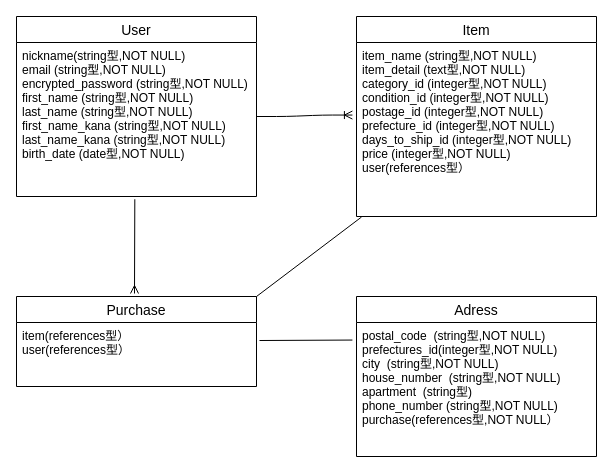
Before: ER図.dio in rina0712mmm/furima-31073, a draw.io diagram. Source tidied: cells renumbered, new cells numbered last; positions are measured from the earlier drawing's top-left corner, leaving out a move shared by most shapes. Both pictures are drawn from the tidied source at 100%, with x=0, y=0 at pixel (16, 16).
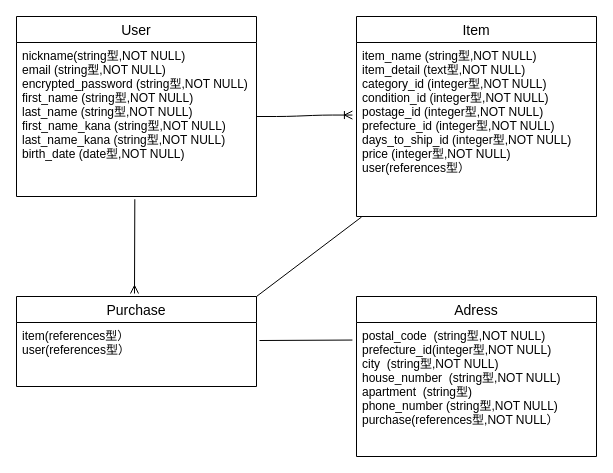
The same diagram, later.

What changed in the source:
```diff
@@
 <mxGraphModel>
   <root>
     <mxCell id="0" />
     <mxCell id="1" parent="0" />
     <mxCell id="2" value="User" style="swimlane;fontStyle=0;horizontal=1;startSize=26;align=center;fontSize=14;" parent="1" vertex="1">
       <mxGeometry width="240" height="180" as="geometry" />
     </mxCell>
     <mxCell id="3" value="nickname(string型,NOT NULL)&#10;email (string型,NOT NULL)&#10;encrypted_password (string型,NOT NULL)&#10;first_name (string型,NOT NULL)&#10;last_name (string型,NOT NULL)&#10;first_name_kana (string型,NOT NULL)&#10;last_name_kana (string型,NOT NULL)&#10;birth_date (date型,NOT NULL)&#10;" style="text;strokeColor=none;fillColor=none;spacingLeft=4;spacingRight=4;overflow=hidden;points=[[0,0.5],[1,0.5]];portConstraint=eastwest;fontSize=12;" parent="2" vertex="1">
       <mxGeometry y="26" width="240" height="154" as="geometry" />
     </mxCell>
     <mxCell id="4" style="edgeStyle=entityRelationEdgeStyle;fontSize=12;html=1;endArrow=ERoneToMany;entryX=-0.017;entryY=0.417;entryDx=0;entryDy=0;entryPerimeter=0;" parent="1" edge="1" target="8">
       <mxGeometry relative="1" as="geometry">
         <mxPoint x="240" y="100" as="sourcePoint" />
       </mxGeometry>
     </mxCell>
     <mxCell id="5" style="endArrow=none;html=1;rounded=0;entryX=-0.017;entryY=0.131;entryDx=0;entryDy=0;entryPerimeter=0;" parent="1" edge="1" target="12">
       <mxGeometry relative="1" as="geometry">
         <mxPoint x="243" y="324" as="sourcePoint" />
       </mxGeometry>
     </mxCell>
     <mxCell id="6" style="endArrow=none;html=1;rounded=0;entryX=0.493;entryY=1.018;entryDx=0;entryDy=0;startArrow=ERmany;startFill=0;entryPerimeter=0;" parent="1" edge="1" target="3">
       <mxGeometry relative="1" as="geometry">
         <mxPoint x="118" y="277" as="sourcePoint" />
       </mxGeometry>
     </mxCell>
     <mxCell id="7" value="Item" style="swimlane;fontStyle=0;horizontal=1;startSize=26;align=center;fontSize=14;" parent="1" vertex="1">
       <mxGeometry x="340" width="240" height="200" as="geometry" />
     </mxCell>
     <mxCell id="8" value="item_name (string型,NOT NULL)&#10;item_detail (text型,NOT NULL)&#10;category_id (integer型,NOT NULL)&#10;condition_id (integer型,NOT NULL)&#10;postage_id (integer型,NOT NULL)&#10;prefecture_id (integer型,NOT NULL)&#10;days_to_ship_id (integer型,NOT NULL)&#10;price (integer型,NOT NULL)&#10;user(references型）&#10;&#10;&#10;" style="text;strokeColor=none;fillColor=none;spacingLeft=4;spacingRight=4;overflow=hidden;points=[[0,0.5],[1,0.5]];portConstraint=eastwest;fontSize=12;" parent="7" vertex="1">
       <mxGeometry y="26" width="240" height="174" as="geometry" />
     </mxCell>
     <mxCell id="9" value="Purchase" style="swimlane;fontStyle=0;horizontal=1;startSize=26;align=center;fontSize=14;" parent="1" vertex="1">
       <mxGeometry y="280" width="240" height="90" as="geometry" />
     </mxCell>
     <mxCell id="10" value="item(references型）&#10;user(references型）&#10;" style="text;strokeColor=none;fillColor=none;spacingLeft=4;spacingRight=4;overflow=hidden;fontSize=12;" parent="9" vertex="1">
       <mxGeometry y="26" width="240" height="64" as="geometry" />
     </mxCell>
     <mxCell id="11" value="Adress" style="swimlane;fontStyle=0;horizontal=1;startSize=26;align=center;fontSize=14;" parent="1" vertex="1">
       <mxGeometry x="340" y="280" width="240" height="160" as="geometry" />
     </mxCell>
-    <mxCell id="12" value="postal_code  (string型,NOT NULL)&#10;prefectures_id(integer型,NOT NULL)&#10;city  (string型,NOT NULL)&#10;house_number  (string型,NOT NULL)&#10;apartment  (string型)&#10;phone_number (string型,NOT NULL)&#10;purchase(references型,NOT NULL）" style="text;strokeColor=none;fillColor=none;spacingLeft=4;spacingRight=4;overflow=hidden;points=[[0,0.5],[1,0.5]];portConstraint=eastwest;fontSize=12;" parent="11" vertex="1">
+    <mxCell id="12" value="postal_code  (string型,NOT NULL)&#10;prefecture_id(integer型,NOT NULL)&#10;city  (string型,NOT NULL)&#10;house_number  (string型,NOT NULL)&#10;apartment  (string型)&#10;phone_number (string型,NOT NULL)&#10;purchase(references型,NOT NULL）" style="text;strokeColor=none;fillColor=none;spacingLeft=4;spacingRight=4;overflow=hidden;points=[[0,0.5],[1,0.5]];portConstraint=eastwest;fontSize=12;" parent="11" vertex="1">
       <mxGeometry y="26" width="240" height="134" as="geometry" />
     </mxCell>
     <mxCell id="13" style="endArrow=none;html=1;rounded=0;entryX=0.021;entryY=1.003;entryDx=0;entryDy=0;entryPerimeter=0;exitX=1;exitY=0;exitDx=0;exitDy=0;" parent="1" edge="1" source="9" target="8">
       <mxGeometry relative="1" as="geometry" />
     </mxCell>
   </root>
 </mxGraphModel>
```
